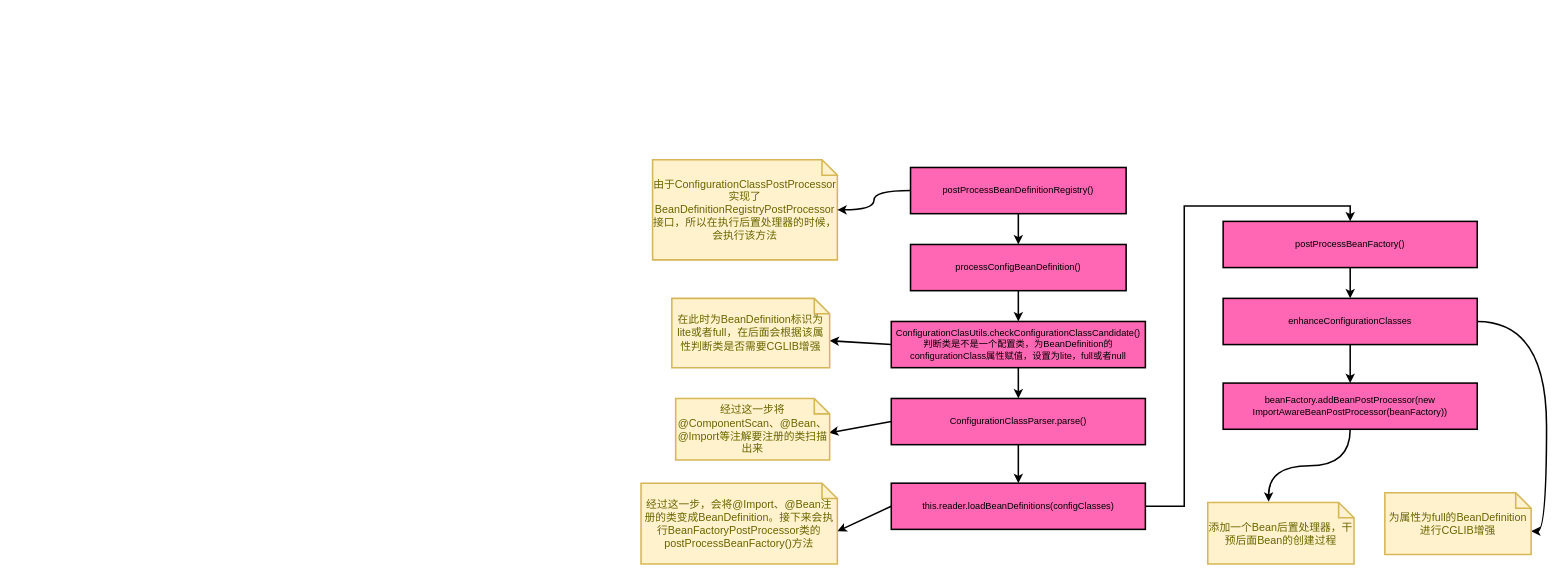
LiHuiBin1995/study-java keeps this draw.io diagram as page "ConfigurationClassPostProcessor" (2 of 5) of spring/IOC加载流程.drawio. Above is the earlier version. Source tidied: cells renumbered, new cells numbered last; positions are measured from the earlier drawing's top-left corner, leaving out a move shared by most shapes. Both pictures are drawn from the tidied source at 77%, with x=0, y=0 at pixel (641, 159).
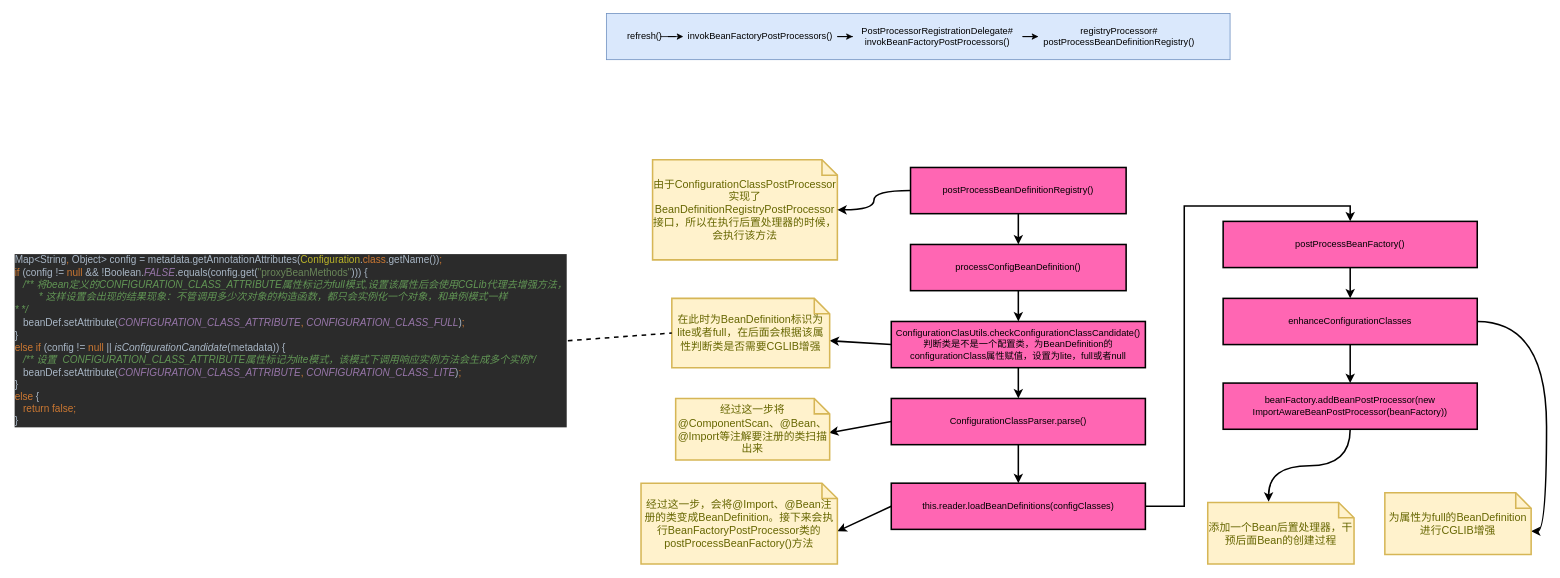
After the change.

Unchanged cells that the change refers to:
```xml
<mxCell id="11" value="在此时为BeanDefinition标识为lite或者full，在后面会根据该属性判断类是否需要CGLIB增强" style="shape=note;strokeWidth=2;fontSize=14;size=20;whiteSpace=wrap;html=1;fillColor=#fff2cc;strokeColor=#d6b656;fontColor=#666600;" parent="1" vertex="1">
  <mxGeometry x="40" y="180" width="205" height="90" as="geometry" />
</mxCell>
```

What changed in the source:
```diff
@@
+    <mxCell id="29" style="group;" parent="1" vertex="1">
+      <mxGeometry x="-45" y="-190" width="810" height="60" as="geometry" />
+    </mxCell>
+    <mxCell id="30" style="rounded=0;whiteSpace=wrap;html=1;fillColor=#dae8fc;strokeColor=#6c8ebf;" parent="29" vertex="1">
+      <mxGeometry width="810" height="60" as="geometry" />
+    </mxCell>
+    <mxCell id="31" value="refresh()" style="text;html=1;strokeColor=none;fillColor=none;align=center;verticalAlign=middle;whiteSpace=wrap;rounded=0;" parent="29" vertex="1">
+      <mxGeometry x="30" y="20" width="40" height="20" as="geometry" />
+    </mxCell>
+    <mxCell id="32" value="invokBeanFactoryPostProcessors()" style="text;html=1;strokeColor=none;fillColor=none;align=center;verticalAlign=middle;whiteSpace=wrap;rounded=0;" parent="29" vertex="1">
+      <mxGeometry x="100" y="20" width="200" height="20" as="geometry" />
+    </mxCell>
+    <mxCell id="33" style="edgeStyle=orthogonalEdgeStyle;rounded=0;jettySize=auto;html=1;" parent="29" edge="1" source="31" target="32">
+      <mxGeometry relative="1" as="geometry" />
+    </mxCell>
+    <mxCell id="34" value="PostProcessorRegistrationDelegate#&lt;br&gt;invokBeanFactoryPostProcessors()" style="text;html=1;strokeColor=none;fillColor=none;align=center;verticalAlign=middle;whiteSpace=wrap;rounded=0;" parent="29" vertex="1">
+      <mxGeometry x="320" y="20" width="220" height="20" as="geometry" />
+    </mxCell>
+    <mxCell id="35" style="edgeStyle=orthogonalEdgeStyle;rounded=0;jettySize=auto;html=1;" parent="29" edge="1" source="32" target="34">
+      <mxGeometry relative="1" as="geometry" />
+    </mxCell>
+    <mxCell id="36" value="registryProcessor#&lt;br&gt;postProcessBeanDefinitionRegistry()" style="text;html=1;strokeColor=none;fillColor=none;align=center;verticalAlign=middle;whiteSpace=wrap;rounded=0;" parent="29" vertex="1">
+      <mxGeometry x="561" y="20" width="210" height="20" as="geometry" />
+    </mxCell>
+    <mxCell id="37" style="edgeStyle=orthogonalEdgeStyle;rounded=0;jettySize=auto;html=1;" parent="29" edge="1" source="34" target="36">
+      <mxGeometry relative="1" as="geometry" />
+    </mxCell>
+    <mxCell id="38" value="&lt;pre style=&quot;background-color: #2b2b2b ; color: #a9b7c6 ; font-family: &amp;#34;jetbrains mono&amp;#34; ; font-size: 9.8pt&quot;&gt;Map&amp;lt;String&lt;span style=&quot;color: #cc7832&quot;&gt;, &lt;/span&gt;Object&amp;gt; config = metadata.getAnnotationAttributes(&lt;span style=&quot;color: #bbb529&quot;&gt;Configuration&lt;/span&gt;.&lt;span style=&quot;color: #cc7832&quot;&gt;class&lt;/span&gt;.getName())&lt;span style=&quot;color: #cc7832&quot;&gt;;&lt;br&gt;&lt;/span&gt;&lt;span style=&quot;color: #cc7832&quot;&gt;if &lt;/span&gt;(config != &lt;span style=&quot;color: #cc7832&quot;&gt;null &lt;/span&gt;&amp;amp;&amp;amp; !Boolean.&lt;span style=&quot;color: #9876aa ; font-style: italic&quot;&gt;FALSE&lt;/span&gt;.equals(config.get(&lt;span style=&quot;color: #6a8759&quot;&gt;&quot;proxyBeanMethods&quot;&lt;/span&gt;))) {&lt;br&gt;   &lt;span style=&quot;color: #629755 ; font-style: italic&quot;&gt;/** &lt;/span&gt;&lt;span style=&quot;color: #629755 ; font-style: italic ; font-family: &amp;#34;courier new&amp;#34;&quot;&gt;将&lt;/span&gt;&lt;span style=&quot;color: #629755 ; font-style: italic&quot;&gt;bean&lt;/span&gt;&lt;span style=&quot;color: #629755 ; font-style: italic ; font-family: &amp;#34;courier new&amp;#34;&quot;&gt;定义的&lt;/span&gt;&lt;span style=&quot;color: #629755 ; font-style: italic&quot;&gt;CONFIGURATION_CLASS_ATTRIBUTE&lt;/span&gt;&lt;span style=&quot;color: #629755 ; font-style: italic ; font-family: &amp;#34;courier new&amp;#34;&quot;&gt;属性标记为&lt;/span&gt;&lt;span style=&quot;color: #629755 ; font-style: italic&quot;&gt;full&lt;/span&gt;&lt;span style=&quot;color: #629755 ; font-style: italic ; font-family: &amp;#34;courier new&amp;#34;&quot;&gt;模式&lt;/span&gt;&lt;span style=&quot;color: #629755 ; font-style: italic&quot;&gt;,&lt;/span&gt;&lt;span style=&quot;color: #629755 ; font-style: italic ; font-family: &amp;#34;courier new&amp;#34;&quot;&gt;设置该属性后会使用&lt;/span&gt;&lt;span style=&quot;color: #629755 ; font-style: italic&quot;&gt;CGLib&lt;/span&gt;&lt;span style=&quot;color: #629755 ; font-style: italic ; font-family: &amp;#34;courier new&amp;#34;&quot;&gt;代理去增强方法，&lt;br&gt;&lt;/span&gt;&lt;span style=&quot;color: #629755 ; font-style: italic ; font-family: &amp;#34;courier new&amp;#34;&quot;&gt;    &lt;/span&gt;&lt;span style=&quot;color: #629755 ; font-style: italic&quot;&gt;* &lt;/span&gt;&lt;span style=&quot;color: #629755 ; font-style: italic ; font-family: &amp;#34;courier new&amp;#34;&quot;&gt;这样设置会出现的结果现象：不管调用多少次对象的构造函数，都只会实例化一个对象，和单例模式一样&lt;br&gt;&lt;div&gt;&lt;span style=&quot;font-size: 9.8pt ; white-space: normal&quot;&gt;    &lt;/span&gt;&lt;span style=&quot;font-family: &amp;#34;jetbrains mono&amp;#34; ; font-size: 9.8pt ; white-space: normal&quot;&gt;* */&lt;/span&gt;&lt;/div&gt;&lt;/span&gt;&lt;span style=&quot;color: #629755 ; font-style: italic&quot;&gt;   &lt;/span&gt;beanDef.setAttribute(&lt;span style=&quot;color: #9876aa ; font-style: italic&quot;&gt;CONFIGURATION_CLASS_ATTRIBUTE&lt;/span&gt;&lt;span style=&quot;color: #cc7832&quot;&gt;, &lt;/span&gt;&lt;span style=&quot;color: #9876aa ; font-style: italic&quot;&gt;CONFIGURATION_CLASS_FULL&lt;/span&gt;)&lt;span style=&quot;color: #cc7832&quot;&gt;;&lt;br&gt;&lt;/span&gt;}&lt;br&gt;&lt;span style=&quot;color: #cc7832&quot;&gt;else if &lt;/span&gt;(config != &lt;span style=&quot;color: #cc7832&quot;&gt;null &lt;/span&gt;|| &lt;span style=&quot;font-style: italic&quot;&gt;isConfigurationCandidate&lt;/span&gt;(metadata)) {&lt;br&gt;   &lt;span style=&quot;color: #629755 ; font-style: italic&quot;&gt;/** &lt;/span&gt;&lt;span style=&quot;color: #629755 ; font-style: italic ; font-family: &amp;#34;courier new&amp;#34;&quot;&gt;设置 &lt;/span&gt;&lt;span style=&quot;color: #629755 ; font-style: italic&quot;&gt;CONFIGURATION_CLASS_ATTRIBUTE&lt;/span&gt;&lt;span style=&quot;color: #629755 ; font-style: italic ; font-family: &amp;#34;courier new&amp;#34;&quot;&gt;属性标记为&lt;/span&gt;&lt;span style=&quot;color: #629755 ; font-style: italic&quot;&gt;lite&lt;/span&gt;&lt;span style=&quot;color: #629755 ; font-style: italic ; font-family: &amp;#34;courier new&amp;#34;&quot;&gt;模式，该模式下调用响应实例方法会生成多个实例&lt;/span&gt;&lt;span style=&quot;color: #629755 ; font-style: italic&quot;&gt;*/&lt;br&gt;&lt;/span&gt;&lt;span style=&quot;color: #629755 ; font-style: italic&quot;&gt;   &lt;/span&gt;beanDef.setAttribute(&lt;span style=&quot;color: #9876aa ; font-style: italic&quot;&gt;CONFIGURATION_CLASS_ATTRIBUTE&lt;/span&gt;&lt;span style=&quot;color: #cc7832&quot;&gt;, &lt;/span&gt;&lt;span style=&quot;color: #9876aa ; font-style: italic&quot;&gt;CONFIGURATION_CLASS_LITE&lt;/span&gt;)&lt;span style=&quot;color: #cc7832&quot;&gt;;&lt;br&gt;&lt;/span&gt;}&lt;br&gt;&lt;span style=&quot;color: #cc7832&quot;&gt;else &lt;/span&gt;{&lt;br&gt;   &lt;span style=&quot;color: #cc7832&quot;&gt;return false;&lt;br&gt;&lt;/span&gt;}&lt;/pre&gt;" style="text;html=1;strokeColor=none;fillColor=none;align=left;verticalAlign=middle;whiteSpace=wrap;rounded=0;" parent="1" vertex="1">
+      <mxGeometry x="-815" y="120" width="720" height="230" as="geometry" />
+    </mxCell>
+    <mxCell id="39" style="endArrow=none;dashed=1;html=1;strokeWidth=2;entryX=0;entryY=0.5;entryDx=0;entryDy=0;entryPerimeter=0;exitX=1;exitY=0.5;exitDx=0;exitDy=0;" parent="1" edge="1" source="38" target="11">
+      <mxGeometry relative="1" as="geometry" />
+    </mxCell>
```
